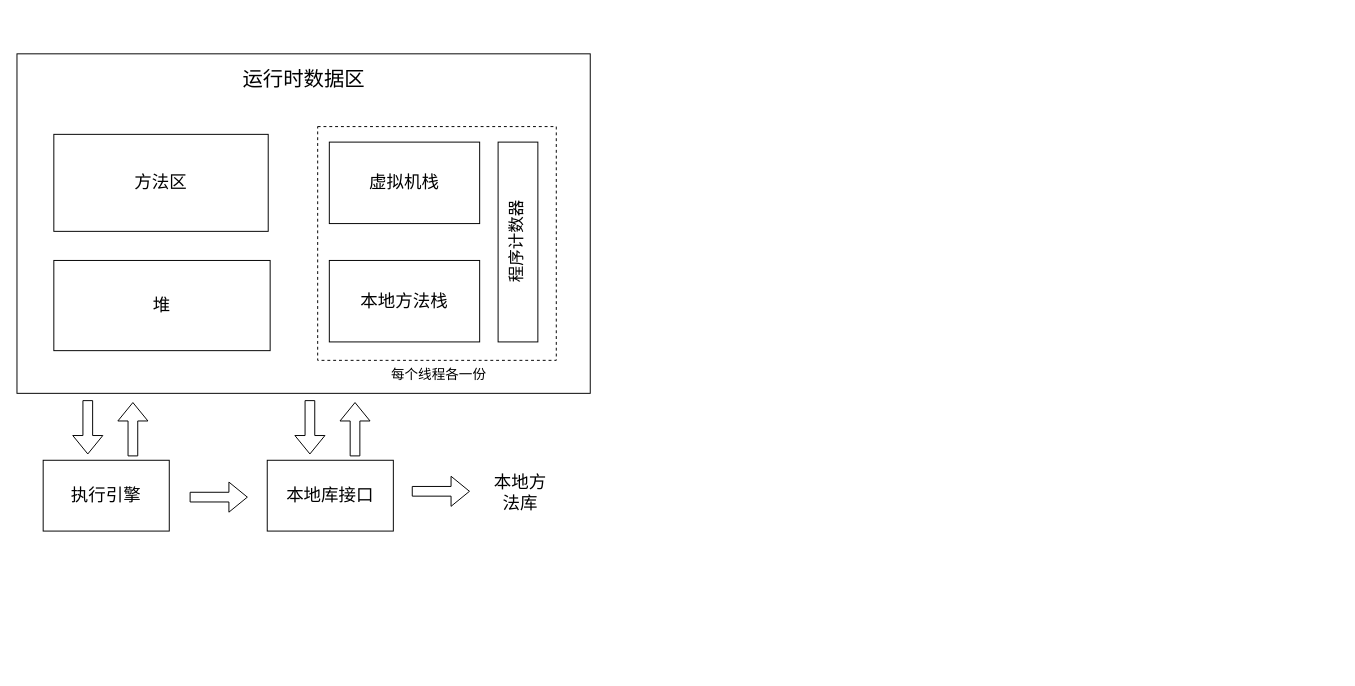
Earlier version of the draw.io diagram jvm相关.drawio (muyistarsky/essay). Source tidied: cells renumbered, new cells numbered last; positions are measured from the earlier drawing's top-left corner, leaving out a move shared by most shapes. Both pictures are drawn from the tidied source at 97%, with x=0, y=0 at pixel (16, 53).
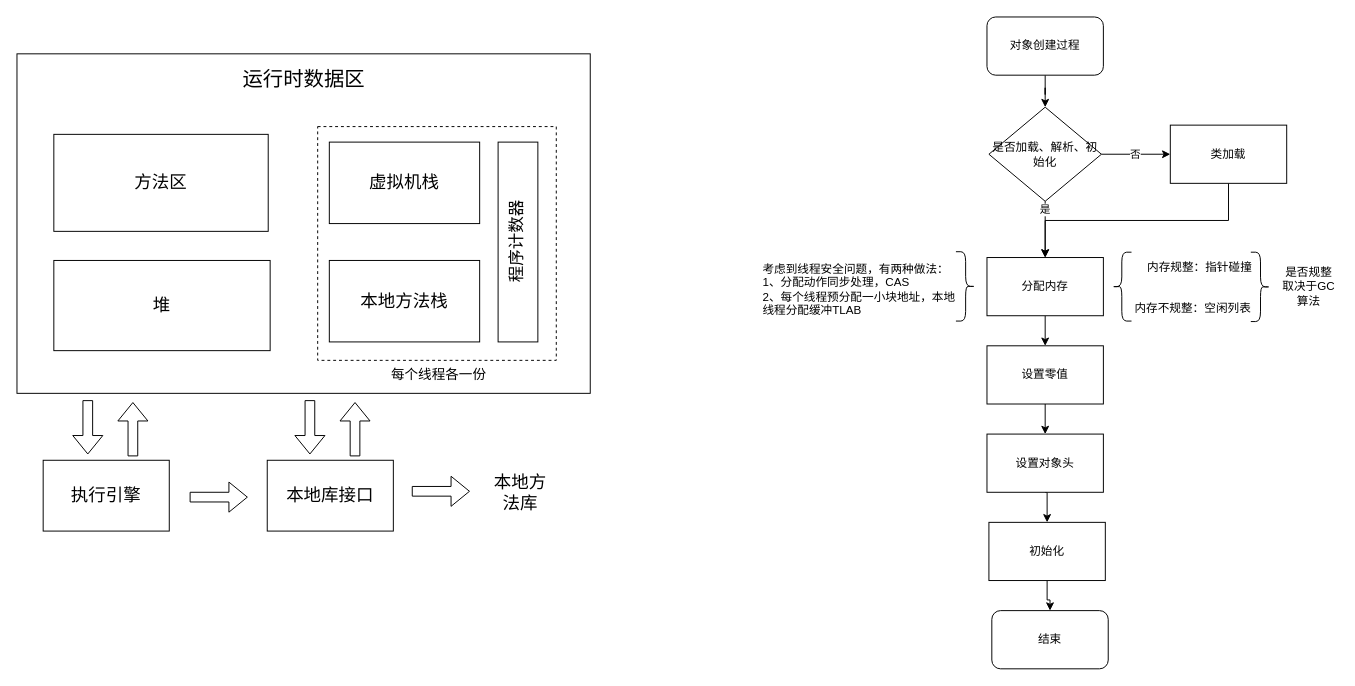
Above is the later version.

The edit, as a diff of the source:
```diff
@@
+    <mxCell id="20" style="edgeStyle=orthogonalEdgeStyle;rounded=0;jettySize=auto;html=1;" parent="1" edge="1" source="21" target="28">
+      <mxGeometry relative="1" as="geometry" />
+    </mxCell>
+    <mxCell id="21" value="对象创建过程" style="rounded=1;whiteSpace=wrap;html=1;" parent="1" vertex="1">
+      <mxGeometry x="1000" y="-38" width="120" height="60" as="geometry" />
+    </mxCell>
+    <mxCell id="22" style="edgeStyle=orthogonalEdgeStyle;rounded=0;jettySize=auto;html=1;exitX=0.5;exitY=1;exitDx=0;exitDy=0;entryX=0.5;entryY=0;entryDx=0;entryDy=0;" parent="1" edge="1" source="23" target="30">
+      <mxGeometry relative="1" as="geometry" />
+    </mxCell>
+    <mxCell id="23" value="分配内存" style="rounded=0;whiteSpace=wrap;html=1;" parent="1" vertex="1">
+      <mxGeometry x="1000" y="210" width="120" height="60" as="geometry" />
+    </mxCell>
+    <mxCell id="24" style="edgeStyle=orthogonalEdgeStyle;rounded=0;jettySize=auto;html=1;exitX=1;exitY=0.5;exitDx=0;exitDy=0;entryX=0;entryY=0.5;entryDx=0;entryDy=0;" parent="1" edge="1" source="28" target="36">
+      <mxGeometry relative="1" as="geometry" />
+    </mxCell>
+    <mxCell id="25" value="否" style="edgeLabel;html=1;align=center;verticalAlign=middle;" parent="24" vertex="1">
+      <mxGeometry x="-0.04" y="1" relative="1" as="geometry">
+        <mxPoint y="1" as="offset" />
+      </mxGeometry>
+    </mxCell>
+    <mxCell id="26" style="edgeStyle=orthogonalEdgeStyle;rounded=0;jettySize=auto;html=1;entryX=0.5;entryY=0;entryDx=0;entryDy=0;" parent="1" edge="1" source="28" target="23">
+      <mxGeometry relative="1" as="geometry" />
+    </mxCell>
+    <mxCell id="27" value="是" style="edgeLabel;html=1;align=center;verticalAlign=middle;" parent="26" vertex="1">
+      <mxGeometry x="-0.72" y="-1" relative="1" as="geometry" />
+    </mxCell>
+    <mxCell id="28" value="是否加载、解析、初始化" style="rhombus;whiteSpace=wrap;html=1;" parent="1" vertex="1">
+      <mxGeometry x="1002" y="55" width="116" height="97" as="geometry" />
+    </mxCell>
+    <mxCell id="29" style="edgeStyle=orthogonalEdgeStyle;rounded=0;jettySize=auto;html=1;exitX=0.5;exitY=1;exitDx=0;exitDy=0;entryX=0.5;entryY=0;entryDx=0;entryDy=0;" parent="1" edge="1" source="30" target="32">
+      <mxGeometry relative="1" as="geometry" />
+    </mxCell>
+    <mxCell id="30" value="设置零值" style="rounded=0;whiteSpace=wrap;html=1;" parent="1" vertex="1">
+      <mxGeometry x="1000" y="301" width="120" height="60" as="geometry" />
+    </mxCell>
+    <mxCell id="31" style="edgeStyle=orthogonalEdgeStyle;rounded=0;jettySize=auto;html=1;exitX=0.5;exitY=1;exitDx=0;exitDy=0;entryX=0.5;entryY=0;entryDx=0;entryDy=0;" parent="1" edge="1" source="32" target="34">
+      <mxGeometry relative="1" as="geometry" />
+    </mxCell>
+    <mxCell id="32" value="设置对象头" style="rounded=0;whiteSpace=wrap;html=1;" parent="1" vertex="1">
+      <mxGeometry x="1000" y="392" width="120" height="60" as="geometry" />
+    </mxCell>
+    <mxCell id="33" style="edgeStyle=orthogonalEdgeStyle;rounded=0;jettySize=auto;html=1;entryX=0.5;entryY=0;entryDx=0;entryDy=0;" parent="1" edge="1" source="34" target="37">
+      <mxGeometry relative="1" as="geometry" />
+    </mxCell>
+    <mxCell id="34" value="初始化" style="rounded=0;whiteSpace=wrap;html=1;" parent="1" vertex="1">
+      <mxGeometry x="1002" y="483" width="120" height="60" as="geometry" />
+    </mxCell>
+    <mxCell id="35" style="edgeStyle=orthogonalEdgeStyle;rounded=0;jettySize=auto;html=1;exitX=0.5;exitY=1;exitDx=0;exitDy=0;" parent="1" edge="1" source="36" target="23">
+      <mxGeometry relative="1" as="geometry" />
+    </mxCell>
+    <mxCell id="36" value="类加载" style="rounded=0;whiteSpace=wrap;html=1;" parent="1" vertex="1">
+      <mxGeometry x="1189" y="73.5" width="120" height="60" as="geometry" />
+    </mxCell>
+    <mxCell id="37" value="结束" style="rounded=1;whiteSpace=wrap;html=1;" parent="1" vertex="1">
+      <mxGeometry x="1005" y="574" width="120" height="60" as="geometry" />
+    </mxCell>
+    <mxCell id="38" style="shape=curlyBracket;whiteSpace=wrap;html=1;rounded=1;labelPosition=left;verticalLabelPosition=middle;align=right;verticalAlign=middle;" parent="1" vertex="1">
+      <mxGeometry x="1129" y="204.5" width="20" height="71" as="geometry" />
+    </mxCell>
+    <mxCell id="39" value="内存规整：指针碰撞" style="text;html=1;align=center;verticalAlign=middle;whiteSpace=wrap;rounded=0;" parent="1" vertex="1">
+      <mxGeometry x="1149" y="204.5" width="141" height="30" as="geometry" />
+    </mxCell>
+    <mxCell id="40" value="内存不规整：空闲列表" style="text;html=1;align=center;verticalAlign=middle;whiteSpace=wrap;rounded=0;" parent="1" vertex="1">
+      <mxGeometry x="1142" y="248" width="141" height="30" as="geometry" />
+    </mxCell>
+    <mxCell id="41" style="shape=curlyBracket;whiteSpace=wrap;html=1;rounded=1;flipH=1;labelPosition=right;verticalLabelPosition=middle;align=left;verticalAlign=middle;" parent="1" vertex="1">
+      <mxGeometry x="1272" y="204.5" width="20" height="71.5" as="geometry" />
+    </mxCell>
+    <mxCell id="42" value="是否规整取决于GC算法" style="text;html=1;align=center;verticalAlign=middle;whiteSpace=wrap;rounded=0;" parent="1" vertex="1">
+      <mxGeometry x="1302" y="225" width="60" height="30" as="geometry" />
+    </mxCell>
+    <mxCell id="43" style="shape=curlyBracket;whiteSpace=wrap;html=1;rounded=1;flipH=1;labelPosition=right;verticalLabelPosition=middle;align=left;verticalAlign=middle;" parent="1" vertex="1">
+      <mxGeometry x="968" y="204" width="20" height="71.5" as="geometry" />
+    </mxCell>
+    <mxCell id="44" value="考虑到线程安全问题，有两种做法：&lt;div&gt;1、分配动作同步处理，CAS&lt;/div&gt;&lt;div&gt;2、每个线程预分配一小块地址，本地线程分配缓冲TLAB&lt;/div&gt;" style="text;html=1;align=left;verticalAlign=middle;whiteSpace=wrap;rounded=0;" parent="1" vertex="1">
+      <mxGeometry x="767" y="204.5" width="204" height="76.5" as="geometry" />
+    </mxCell>
```
